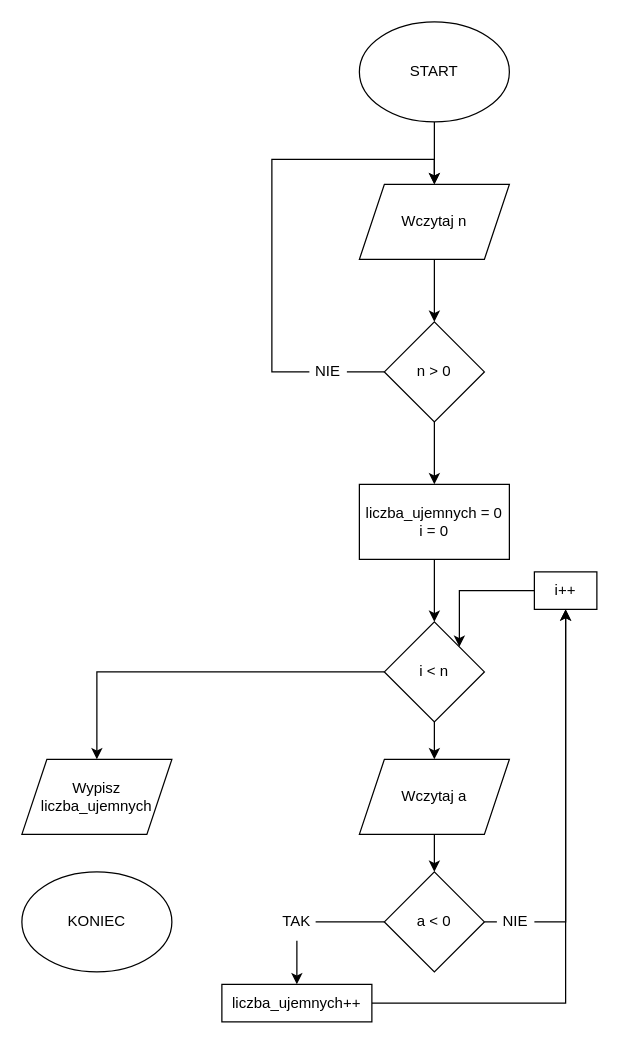
Above: aisd/1.2.drawio.xml in xparadoxical/wsiz (draw.io), before the change. Source tidied: cells renumbered, new cells numbered last; positions are measured from the earlier drawing's top-left corner, leaving out a move shared by most shapes. Both pictures are drawn from the tidied source at 125%, with x=0, y=0 at pixel (21, 21).
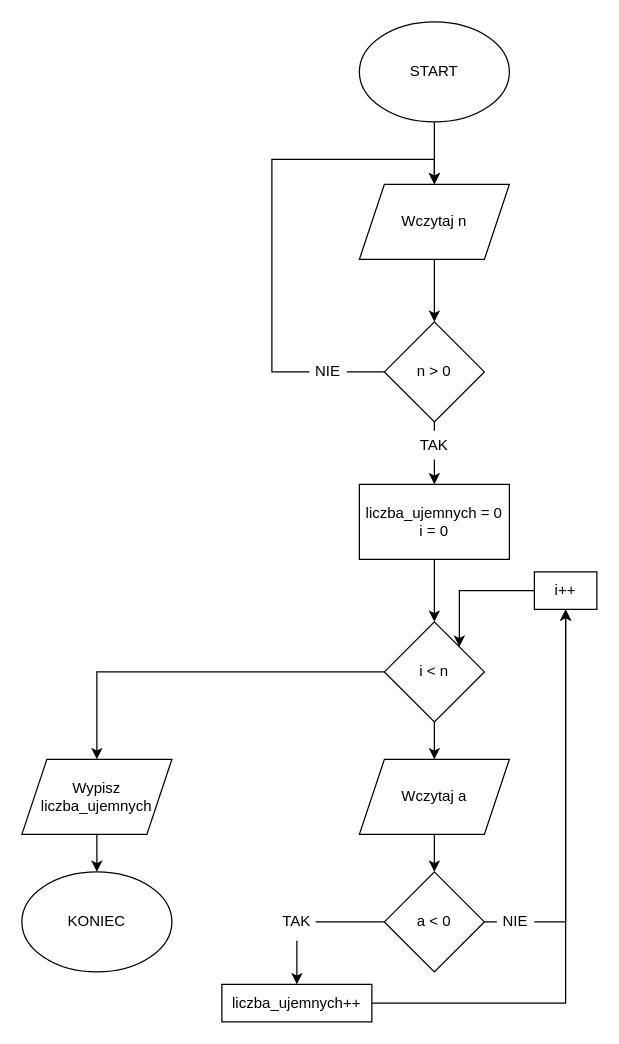
After the change.

Commit message:
Tiny fix in asid/1.2

Unchanged cells that the change refers to:
```xml
<mxCell id="6" value="n &amp;gt; 0" style="rhombus;whiteSpace=wrap;html=1;" parent="1" vertex="1">
  <mxGeometry x="290" y="240" width="80" height="80" as="geometry" />
</mxCell>
<mxCell id="12" value="liczba_ujemnych = 0&lt;br&gt;i = 0" style="rounded=0;whiteSpace=wrap;html=1;" parent="1" vertex="1">
  <mxGeometry x="270" y="370" width="120" height="60" as="geometry" />
</mxCell>
<mxCell id="20" value="Wypisz liczba_ujemnych" style="shape=parallelogram;perimeter=parallelogramPerimeter;whiteSpace=wrap;html=1;fixedSize=1;" parent="1" vertex="1">
  <mxGeometry y="590" width="120" height="60" as="geometry" />
</mxCell>
<mxCell id="30" value="KONIEC" style="ellipse;whiteSpace=wrap;html=1;" parent="1" vertex="1">
  <mxGeometry y="680" width="120" height="80" as="geometry" />
</mxCell>
```

The edit, as a diff of the source:
```diff
@@
-    <mxCell id="5" style="edgeStyle=orthogonalEdgeStyle;rounded=0;jettySize=auto;html=1;exitX=0.5;exitY=1;exitDx=0;exitDy=0;entryX=0.5;entryY=0;entryDx=0;entryDy=0;" parent="1" edge="1" source="6" target="12">
+    <mxCell id="5" style="edgeStyle=orthogonalEdgeStyle;rounded=0;jettySize=auto;html=1;exitX=0.5;exitY=1;exitDx=0;exitDy=0;entryX=0.5;entryY=0;entryDx=0;entryDy=0;startArrow=none;" parent="1" edge="1" source="33" target="12">
       <mxGeometry relative="1" as="geometry" />
     </mxCell>
@@
+    <mxCell id="31" style="edgeStyle=orthogonalEdgeStyle;rounded=0;jettySize=auto;html=1;exitX=0.5;exitY=1;exitDx=0;exitDy=0;entryX=0.5;entryY=0;entryDx=0;entryDy=0;" parent="1" edge="1" source="20" target="30">
+      <mxGeometry relative="1" as="geometry" />
+    </mxCell>
@@
+    <mxCell id="32" style="edgeStyle=orthogonalEdgeStyle;rounded=0;jettySize=auto;html=1;exitX=0.5;exitY=1;exitDx=0;exitDy=0;entryX=0.5;entryY=0;entryDx=0;entryDy=0;endArrow=none;" parent="1" edge="1" source="6" target="33">
+      <mxGeometry relative="1" as="geometry" />
+    </mxCell>
+    <mxCell id="33" value="TAK" style="text;html=1;strokeColor=none;fillColor=none;align=center;verticalAlign=middle;whiteSpace=wrap;rounded=0;" parent="1" vertex="1">
+      <mxGeometry x="315" y="327" width="30" height="23" as="geometry" />
+    </mxCell>
```
